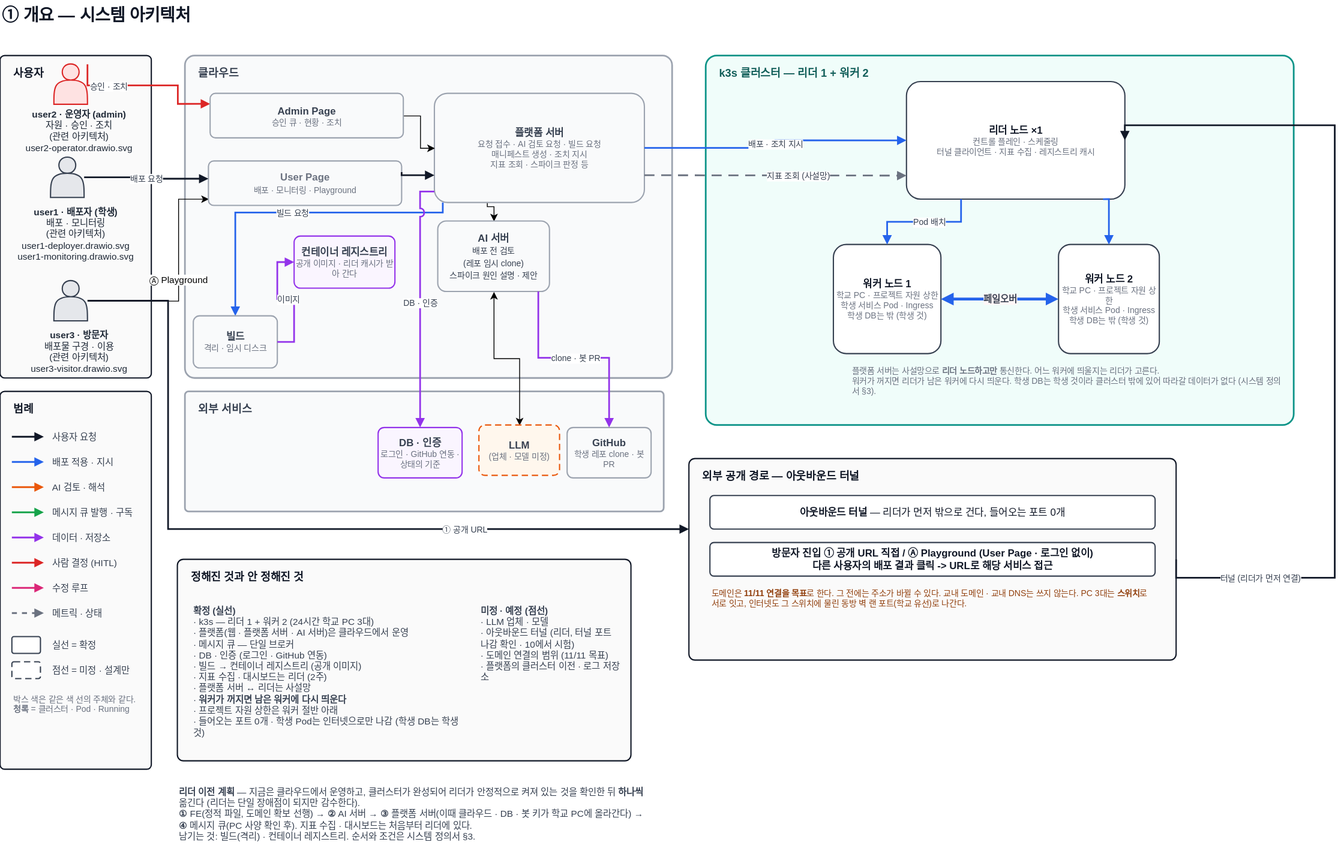
Above: docs/architecture/overview.drawio.svg in woowangthon/WOOWANGTHON_TEAM_18 (draw.io), before the change. Source tidied: cells renumbered, new cells last; positions are measured from the earlier drawing's top-left corner, leaving out a move shared by most shapes.
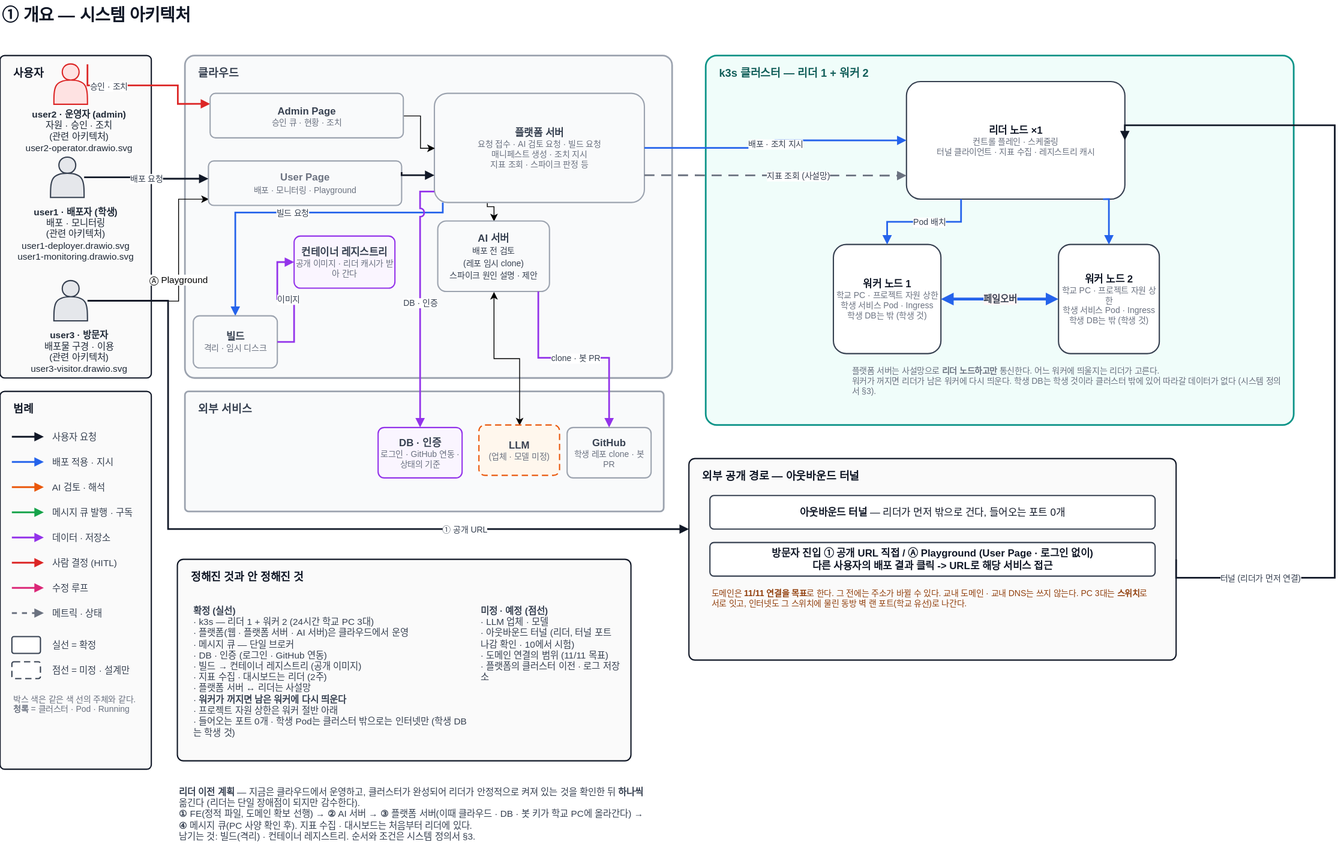
Above is the later version.

Change to the diagram source:
```diff
@@ -90,7 +90,7 @@
     <mxCell id="27" value="정해진 것과 안 정해진 것" style="rounded=1;arcSize=3;html=1;fillColor=#FAFAFA;strokeColor=#111827;strokeWidth=1.5;verticalAlign=top;align=left;spacingLeft=14;spacingTop=6;fontSize=13;fontStyle=1;fontColor=#111827;fontFamily=Pretendard,Malgun Gothic,Apple SD Gothic Neo,sans-serif;" parent="1" vertex="1">
       <mxGeometry x="211.1" y="667" width="540" height="240" as="geometry" />
     </mxCell>
-    <mxCell id="28" value="&lt;b&gt;확정 (실선)&lt;/b&gt;&lt;br&gt;· k3s — 리더 1 + 워커 2 (24시간 학교 PC 3대)&lt;br&gt;· 플랫폼(웹 · 플랫폼 서버 · AI 서버)은 클라우드에서 운영&lt;br&gt;· 메시지 큐 — 단일 브로커&lt;br&gt;· DB · 인증 (로그인 · GitHub 연동)&lt;br&gt;· 빌드 → 컨테이너 레지스트리 (공개 이미지)&lt;br&gt;· 지표 수집 · 대시보드는 리더 (2주)&lt;br&gt;· 플랫폼 서버 ↔ 리더는 사설망&lt;br&gt;· &lt;b&gt;워커가 꺼지면 남은 워커에 다시 띄운다&lt;/b&gt;&lt;br&gt;· 프로젝트 자원 상한은 워커 절반 아래&lt;br&gt;· 들어오는 포트 0개 · 학생 Pod는 인터넷으로만 나감 (학생 DB는 학생 것)" style="text;html=1;align=left;verticalAlign=top;whiteSpace=wrap;fontSize=11;fontColor=#374151;fontFamily=Pretendard,Malgun Gothic,Apple SD Gothic Neo,sans-serif;" parent="1" vertex="1">
+    <mxCell id="28" value="&lt;b&gt;확정 (실선)&lt;/b&gt;&lt;br&gt;· k3s — 리더 1 + 워커 2 (24시간 학교 PC 3대)&lt;br&gt;· 플랫폼(웹 · 플랫폼 서버 · AI 서버)은 클라우드에서 운영&lt;br&gt;· 메시지 큐 — 단일 브로커&lt;br&gt;· DB · 인증 (로그인 · GitHub 연동)&lt;br&gt;· 빌드 → 컨테이너 레지스트리 (공개 이미지)&lt;br&gt;· 지표 수집 · 대시보드는 리더 (2주)&lt;br&gt;· 플랫폼 서버 ↔ 리더는 사설망&lt;br&gt;· &lt;b&gt;워커가 꺼지면 남은 워커에 다시 띄운다&lt;/b&gt;&lt;br&gt;· 프로젝트 자원 상한은 워커 절반 아래&lt;br&gt;· 들어오는 포트 0개 · 학생 Pod는 클러스터 밖으로는 인터넷만 (학생 DB는 학생 것)" style="text;html=1;align=left;verticalAlign=top;whiteSpace=wrap;fontSize=11;fontColor=#374151;fontFamily=Pretendard,Malgun Gothic,Apple SD Gothic Neo,sans-serif;" parent="1" vertex="1">
       <mxGeometry x="228.1" y="715" width="330" height="190" as="geometry" />
     </mxCell>
     <mxCell id="29" value="&lt;b&gt;미정 · 예정 (점선)&lt;/b&gt;&lt;br&gt;· LLM 업체 · 모델&lt;br&gt;· 아웃바운드 터널 (리더, 터널 포트 나감 확인 · 10에서 시험)&lt;br&gt;· 도메인 연결의 범위 (11/11 목표)&lt;br&gt;· 플랫폼의 클러스터 이전 · 로그 저장소" style="text;html=1;align=left;verticalAlign=top;whiteSpace=wrap;fontSize=11;fontColor=#374151;fontFamily=Pretendard,Malgun Gothic,Apple SD Gothic Neo,sans-serif;" parent="1" vertex="1">
```
